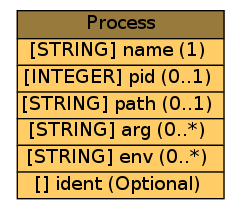
Earlier version of the Graphviz export idmef/graph/Process.png (Moutix/idmef_parser). Its source is kept beside it as idmef/graph/Process.dot.
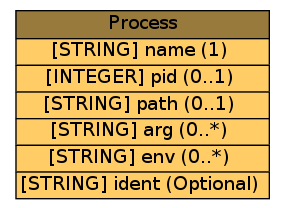
After the change.

The edit, as a diff of the source:
```diff
@@ -1,6 +1,6 @@
 digraph Process {
 	graph [rankdir=LR];
 	node [label="\N"];
-	graph [bb="0,0,172,148"];
-	Process [label=<<table BORDER="0" CELLBORDER="1" CELLSPACING="0"> <tr > <td BGCOLOR="#997a3d" HREF="#" TITLE="The Process class is used to describe processes being executed on sources, targets, and analyzers. ">Process</td> </tr>" %<tr><td BGCOLOR="#FFCC66" HREF="#" TITLE="The name of the program being executed. This is a short name; path and argument information are provided elsewhere.">[STRING] name (1) </td></tr>%<tr><td BGCOLOR="#FFCC66" HREF="#" TITLE="The process identifier of the process.">[INTEGER] pid (0..1) </td></tr>%<tr><td BGCOLOR="#FFCC66" HREF="#" TITLE="The full path of the program being executed.">[STRING] path (0..1) </td></tr>%<tr><td BGCOLOR="#FFCC66" HREF="#" TITLE="A command-line argument to the program. Multiple arguments may be specified (they are assumed to have occurred in the same order they are provided) with multiple uses of arg.">[STRING] arg (0..*) </td></tr>%<tr><td BGCOLOR="#FFCC66" HREF="#" TITLE="An environment string associated with the process; generally of the format &quot;VARIABLE=value&quot;.  Multiple environment strings may be specified with multiple uses of env.">[STRING] env (0..*) </td></tr>%<tr><td BGCOLOR="#FFCC66" HREF="#" TITLE="A unique identifier for the process; see Section 3.2.9.">[] ident (Optional) </td></tr>%</table>>, shape=plaintext, pos="86,74", width="2.3611", height="2.0694"];
+	graph [bb="0,0,206,148"];
+	Process [label=<<table BORDER="0" CELLBORDER="1" CELLSPACING="0"> <tr > <td BGCOLOR="#997a3d" HREF="#" TITLE="The Process class is used to describe processes being executed on sources, targets, and analyzers. ">Process</td> </tr>" %<tr><td BGCOLOR="#FFCC66" HREF="#" TITLE="The name of the program being executed. This is a short name; path and argument information are provided elsewhere.">[STRING] name (1) </td></tr>%<tr><td BGCOLOR="#FFCC66" HREF="#" TITLE="The process identifier of the process.">[INTEGER] pid (0..1) </td></tr>%<tr><td BGCOLOR="#FFCC66" HREF="#" TITLE="The full path of the program being executed.">[STRING] path (0..1) </td></tr>%<tr><td BGCOLOR="#FFCC66" HREF="#" TITLE="A command-line argument to the program. Multiple arguments may be specified (they are assumed to have occurred in the same order they are provided) with multiple uses of arg.">[STRING] arg (0..*) </td></tr>%<tr><td BGCOLOR="#FFCC66" HREF="#" TITLE="An environment string associated with the process; generally of the format &quot;VARIABLE=value&quot;.  Multiple environment strings may be specified with multiple uses of env.">[STRING] env (0..*) </td></tr>%<tr><td BGCOLOR="#FFCC66" HREF="#" TITLE="A unique identifier for the process; see Section 3.2.9.">[STRING] ident (Optional) </td></tr>%</table>>, shape=plaintext, pos="103,74", width="2.8611", height="2.0694"];
 }
```
